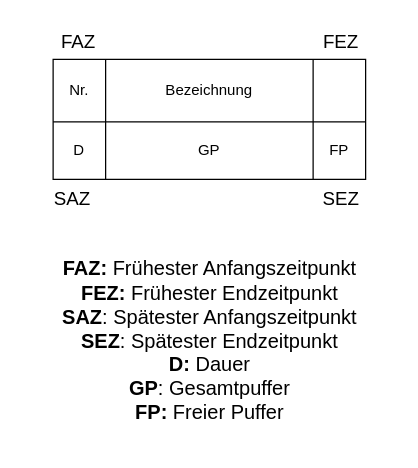
Above: Documentation/Grafik/Diagramm/netzplan_legende.drawio in GeKoppe/TouchPager (draw.io), before the change. Source tidied: cells renumbered, new cells numbered last; positions are measured from the earlier drawing's top-left corner, leaving out a move shared by most shapes. Both pictures are drawn from the tidied source at 125%, with x=0, y=0 at pixel (40, 21).
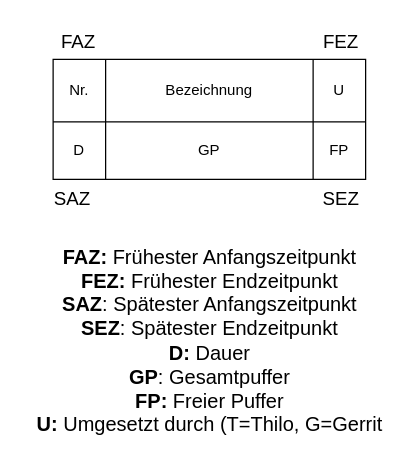
After the change.

Change to the diagram source:
```diff
@@
 <mxGraphModel>
   <root>
     <mxCell id="0" />
     <mxCell id="1" parent="0" />
     <mxCell id="2" style="shape=table;html=1;whiteSpace=wrap;startSize=0;childLayout=tableLayout;labelBackgroundColor=none;" parent="1" vertex="1">
       <mxGeometry x="10" y="30" width="250" height="96" as="geometry" />
     </mxCell>
     <mxCell id="3" style="shape=tableRow;horizontal=0;startSize=0;swimlaneHead=0;swimlaneBody=0;top=0;left=0;bottom=0;right=0;fillColor=none;labelBackgroundColor=none;" parent="2" vertex="1">
       <mxGeometry width="250" height="50" as="geometry" />
     </mxCell>
     <mxCell id="4" value="Nr." style="shape=partialRectangle;html=1;whiteSpace=wrap;fillColor=none;top=0;left=0;bottom=0;right=0;overflow=hidden;labelBackgroundColor=none;" parent="3" vertex="1">
       <mxGeometry width="42" height="50" as="geometry" />
     </mxCell>
     <mxCell id="5" value="Bezeichnung" style="shape=partialRectangle;html=1;whiteSpace=wrap;fillColor=none;top=0;left=0;bottom=0;right=0;overflow=hidden;labelBackgroundColor=none;" parent="3" vertex="1">
       <mxGeometry x="42" width="166" height="50" as="geometry" />
     </mxCell>
-    <mxCell id="6" style="shape=partialRectangle;html=1;whiteSpace=wrap;fillColor=none;top=0;left=0;bottom=0;right=0;overflow=hidden;labelBackgroundColor=none;" parent="3" vertex="1">
+    <mxCell id="6" value="U" style="shape=partialRectangle;html=1;whiteSpace=wrap;fillColor=none;top=0;left=0;bottom=0;right=0;overflow=hidden;labelBackgroundColor=none;" parent="3" vertex="1">
       <mxGeometry x="208" width="42" height="50" as="geometry" />
     </mxCell>
     <mxCell id="7" style="shape=tableRow;horizontal=0;startSize=0;swimlaneHead=0;swimlaneBody=0;top=0;left=0;bottom=0;right=0;fillColor=none;labelBackgroundColor=none;" parent="2" vertex="1">
       <mxGeometry y="50" width="250" height="46" as="geometry" />
     </mxCell>
     <mxCell id="8" value="D" style="shape=partialRectangle;html=1;whiteSpace=wrap;fillColor=none;top=0;left=0;bottom=0;right=0;overflow=hidden;labelBackgroundColor=none;" parent="7" vertex="1">
       <mxGeometry width="42" height="46" as="geometry" />
     </mxCell>
     <mxCell id="9" value="GP" style="shape=partialRectangle;html=1;whiteSpace=wrap;fillColor=none;top=0;left=0;bottom=0;right=0;overflow=hidden;labelBackgroundColor=none;" parent="7" vertex="1">
       <mxGeometry x="42" width="166" height="46" as="geometry" />
     </mxCell>
     <mxCell id="10" value="FP" style="shape=partialRectangle;html=1;whiteSpace=wrap;fillColor=none;top=0;left=0;bottom=0;right=0;overflow=hidden;labelBackgroundColor=none;" parent="7" vertex="1">
       <mxGeometry x="208" width="42" height="46" as="geometry" />
     </mxCell>
     <mxCell id="11" value="FAZ" style="text;html=1;align=center;verticalAlign=middle;strokeColor=none;fillColor=none;fontSize=15;labelBackgroundColor=none;" parent="1" vertex="1">
       <mxGeometry x="5" width="50" height="30" as="geometry" />
     </mxCell>
     <mxCell id="12" value="SAZ" style="text;html=1;align=center;verticalAlign=middle;strokeColor=none;fillColor=none;fontSize=15;labelBackgroundColor=none;" parent="1" vertex="1">
       <mxGeometry y="126" width="50" height="30" as="geometry" />
     </mxCell>
     <mxCell id="13" value="SEZ" style="text;html=1;align=center;verticalAlign=middle;strokeColor=none;fillColor=none;fontSize=15;labelBackgroundColor=none;" parent="1" vertex="1">
       <mxGeometry x="215" y="126" width="50" height="30" as="geometry" />
     </mxCell>
     <mxCell id="14" value="FEZ" style="text;html=1;align=center;verticalAlign=middle;strokeColor=none;fillColor=none;fontSize=15;labelBackgroundColor=none;" parent="1" vertex="1">
       <mxGeometry x="215" width="50" height="30" as="geometry" />
     </mxCell>
-    <mxCell id="15" value="&lt;b style=&quot;text-align: left; background-color: initial;&quot;&gt;FAZ:&amp;nbsp;&lt;/b&gt;&lt;span style=&quot;text-align: left; background-color: initial;&quot;&gt;Frühester Anfangszeitpunkt&lt;/span&gt;&lt;br style=&quot;font-size: 12px; text-align: left;&quot;&gt;&lt;blockquote style=&quot;border: none; font-size: 12px; text-align: left; margin: 0px 0px 0px 40px; padding: 0px;&quot;&gt;&lt;/blockquote&gt;&lt;b style=&quot;text-align: left; background-color: initial;&quot;&gt;FEZ:&amp;nbsp;&lt;/b&gt;&lt;span style=&quot;text-align: left; background-color: initial;&quot;&gt;Frühester Endzeitpunkt&lt;/span&gt;&lt;br style=&quot;font-size: 12px; text-align: left;&quot;&gt;&lt;blockquote style=&quot;border: none; font-size: 12px; text-align: left; margin: 0px 0px 0px 40px; padding: 0px;&quot;&gt;&lt;/blockquote&gt;&lt;b style=&quot;text-align: left; background-color: initial;&quot;&gt;SAZ&lt;/b&gt;&lt;span style=&quot;text-align: left; background-color: initial;&quot;&gt;: Spätester Anfangszeitpunkt&lt;/span&gt;&lt;br style=&quot;font-size: 12px; text-align: left;&quot;&gt;&lt;blockquote style=&quot;border: none; font-size: 12px; text-align: left; margin: 0px 0px 0px 40px; padding: 0px;&quot;&gt;&lt;/blockquote&gt;&lt;b style=&quot;text-align: left; background-color: initial;&quot;&gt;SEZ&lt;/b&gt;&lt;span style=&quot;text-align: left; background-color: initial;&quot;&gt;: Spätester Endzeitpunkt&lt;/span&gt;&lt;br style=&quot;font-size: 12px; text-align: left;&quot;&gt;&lt;blockquote style=&quot;border: none; font-size: 12px; text-align: left; margin: 0px 0px 0px 40px; padding: 0px;&quot;&gt;&lt;/blockquote&gt;&lt;b style=&quot;text-align: left; background-color: initial;&quot;&gt;D:&amp;nbsp;&lt;/b&gt;&lt;span style=&quot;text-align: left; background-color: initial;&quot;&gt;Dauer&lt;/span&gt;&lt;br style=&quot;font-size: 12px; text-align: left;&quot;&gt;&lt;blockquote style=&quot;border: none; font-size: 12px; text-align: left; margin: 0px 0px 0px 40px; padding: 0px;&quot;&gt;&lt;/blockquote&gt;&lt;b style=&quot;text-align: left; background-color: initial;&quot;&gt;GP&lt;/b&gt;&lt;span style=&quot;text-align: left; background-color: initial;&quot;&gt;: Gesamtpuffer&lt;/span&gt;&lt;br style=&quot;font-size: 12px; text-align: left;&quot;&gt;&lt;font style=&quot;text-align: left;&quot;&gt;&lt;b&gt;FP:&amp;nbsp;&lt;/b&gt;Freier Puffer&lt;/font&gt;" style="text;html=1;align=center;verticalAlign=middle;strokeColor=none;fillColor=none;fontSize=16;" parent="1" vertex="1">
-      <mxGeometry x="5" y="180" width="260" height="150" as="geometry" />
+    <mxCell id="15" value="&lt;b style=&quot;text-align: left; background-color: initial;&quot;&gt;FAZ:&amp;nbsp;&lt;/b&gt;&lt;span style=&quot;text-align: left; background-color: initial;&quot;&gt;Frühester Anfangszeitpunkt&lt;/span&gt;&lt;br style=&quot;font-size: 12px; text-align: left;&quot;&gt;&lt;blockquote style=&quot;border: none; font-size: 12px; text-align: left; margin: 0px 0px 0px 40px; padding: 0px;&quot;&gt;&lt;/blockquote&gt;&lt;b style=&quot;text-align: left; background-color: initial;&quot;&gt;FEZ:&amp;nbsp;&lt;/b&gt;&lt;span style=&quot;text-align: left; background-color: initial;&quot;&gt;Frühester Endzeitpunkt&lt;/span&gt;&lt;br style=&quot;font-size: 12px; text-align: left;&quot;&gt;&lt;blockquote style=&quot;border: none; font-size: 12px; text-align: left; margin: 0px 0px 0px 40px; padding: 0px;&quot;&gt;&lt;/blockquote&gt;&lt;b style=&quot;text-align: left; background-color: initial;&quot;&gt;SAZ&lt;/b&gt;&lt;span style=&quot;text-align: left; background-color: initial;&quot;&gt;: Spätester Anfangszeitpunkt&lt;/span&gt;&lt;br style=&quot;font-size: 12px; text-align: left;&quot;&gt;&lt;blockquote style=&quot;border: none; font-size: 12px; text-align: left; margin: 0px 0px 0px 40px; padding: 0px;&quot;&gt;&lt;/blockquote&gt;&lt;b style=&quot;text-align: left; background-color: initial;&quot;&gt;SEZ&lt;/b&gt;&lt;span style=&quot;text-align: left; background-color: initial;&quot;&gt;: Spätester Endzeitpunkt&lt;/span&gt;&lt;br style=&quot;font-size: 12px; text-align: left;&quot;&gt;&lt;blockquote style=&quot;border: none; font-size: 12px; text-align: left; margin: 0px 0px 0px 40px; padding: 0px;&quot;&gt;&lt;/blockquote&gt;&lt;b style=&quot;text-align: left; background-color: initial;&quot;&gt;D:&amp;nbsp;&lt;/b&gt;&lt;span style=&quot;text-align: left; background-color: initial;&quot;&gt;Dauer&lt;/span&gt;&lt;br style=&quot;font-size: 12px; text-align: left;&quot;&gt;&lt;blockquote style=&quot;border: none; font-size: 12px; text-align: left; margin: 0px 0px 0px 40px; padding: 0px;&quot;&gt;&lt;/blockquote&gt;&lt;b style=&quot;text-align: left; background-color: initial;&quot;&gt;GP&lt;/b&gt;&lt;span style=&quot;text-align: left; background-color: initial;&quot;&gt;: Gesamtpuffer&lt;/span&gt;&lt;br style=&quot;font-size: 12px; text-align: left;&quot;&gt;&lt;font style=&quot;text-align: left;&quot;&gt;&lt;b&gt;FP:&amp;nbsp;&lt;/b&gt;Freier Puffer&lt;br&gt;&lt;b&gt;U:&lt;/b&gt;&amp;nbsp;Umgesetzt durch (T=Thilo, G=Gerrit&lt;br&gt;&lt;/font&gt;" style="text;html=1;align=center;verticalAlign=middle;strokeColor=none;fillColor=none;fontSize=16;" parent="1" vertex="1">
+      <mxGeometry x="-15" y="170" width="300" height="170" as="geometry" />
     </mxCell>
   </root>
 </mxGraphModel>
```
